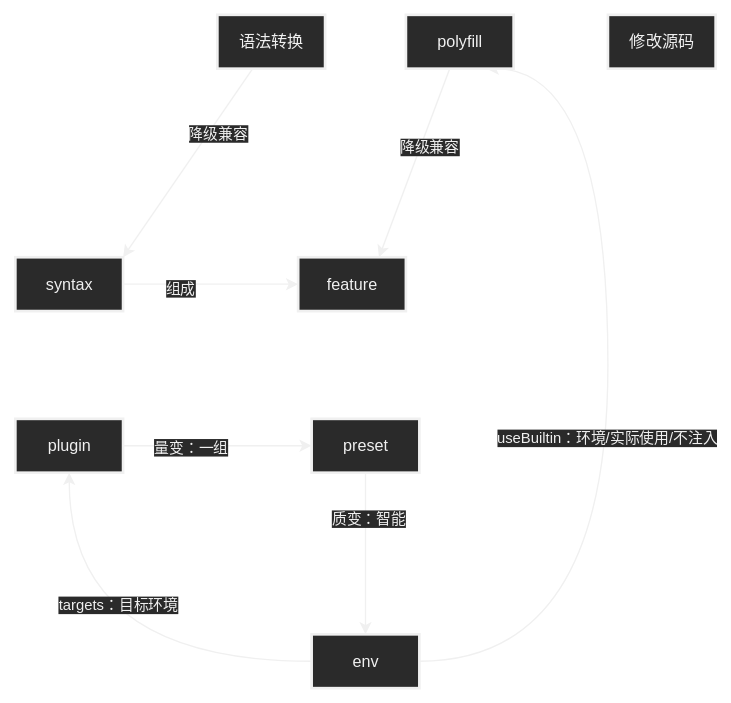
Before: 笔记/前端/工程化/assets/babel基本概念.svg, a diagram exported from draw.io (Echo-Yanglulu/obsidianPrivateNote). Source tidied: cells renumbered, new cells last; positions are measured from the earlier drawing's top-left corner, leaving out a move shared by most shapes.
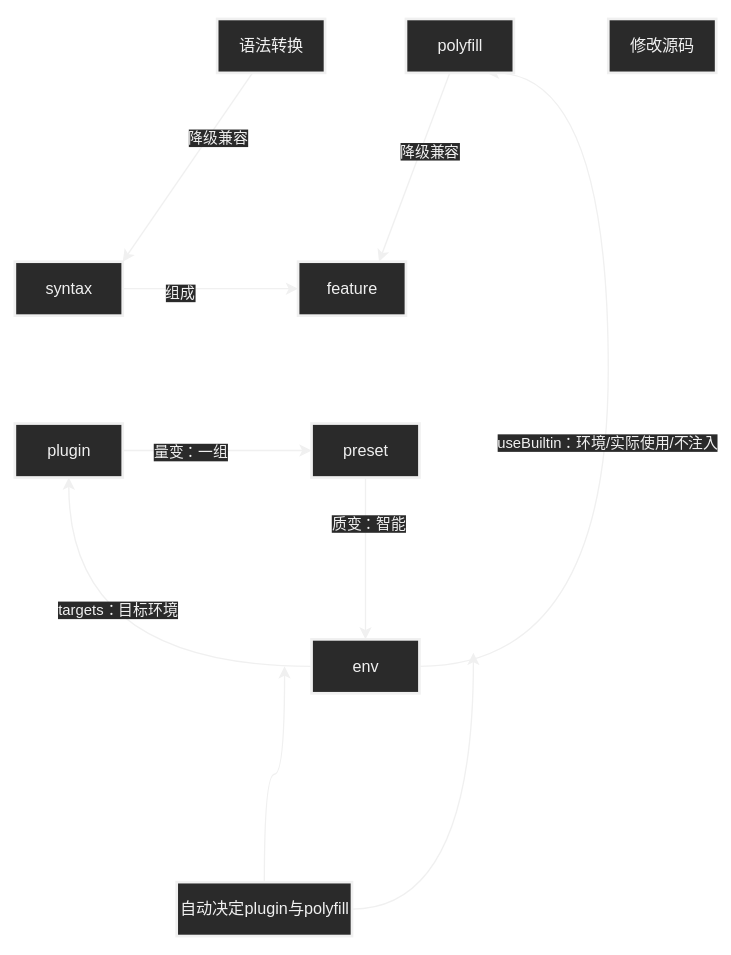
After the change.

Change to the diagram source:
```diff
@@ -73,5 +73,18 @@
     <mxCell id="23" value="修改源码" style="strokeWidth=2;html=1;shape=mxgraph.flowchart.document2;whiteSpace=wrap;size=0.25;" parent="1" vertex="1">
       <mxGeometry x="440" width="80" height="40" as="geometry" />
     </mxCell>
+    <mxCell id="24" style="edgeStyle=orthogonalEdgeStyle;curved=1;html=1;" parent="1" edge="1" source="26">
+      <mxGeometry relative="1" as="geometry">
+        <mxPoint x="200" y="480" as="targetPoint" />
+      </mxGeometry>
+    </mxCell>
+    <mxCell id="25" style="edgeStyle=orthogonalEdgeStyle;curved=1;html=1;" parent="1" edge="1" source="26">
+      <mxGeometry relative="1" as="geometry">
+        <mxPoint x="340" y="470" as="targetPoint" />
+      </mxGeometry>
+    </mxCell>
+    <mxCell id="26" value="自动决定plugin与polyfill" style="strokeWidth=2;html=1;shape=mxgraph.flowchart.document2;whiteSpace=wrap;size=0.25;" parent="1" vertex="1">
+      <mxGeometry x="120" y="640" width="130" height="40" as="geometry" />
+    </mxCell>
   </root>
 </mxGraphModel>
```
